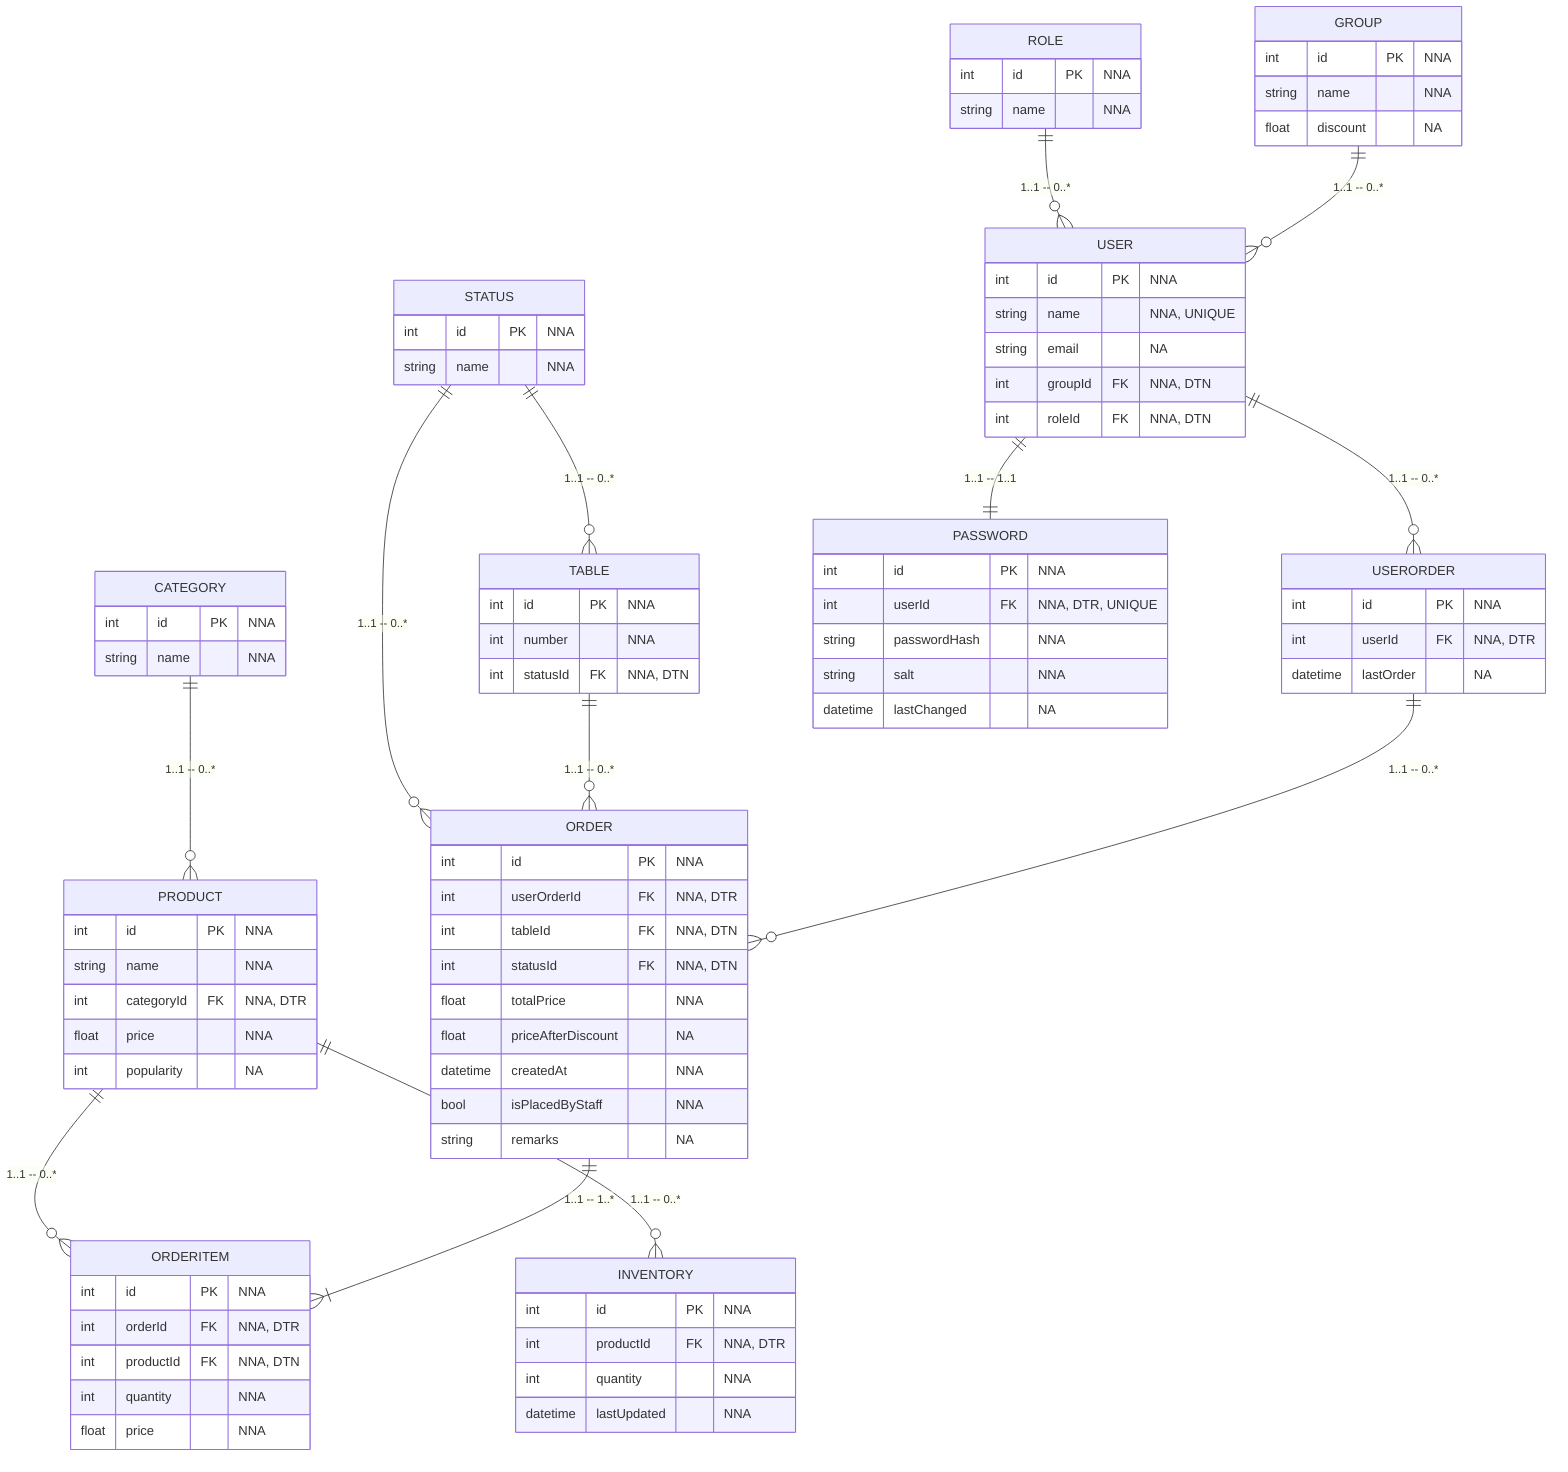
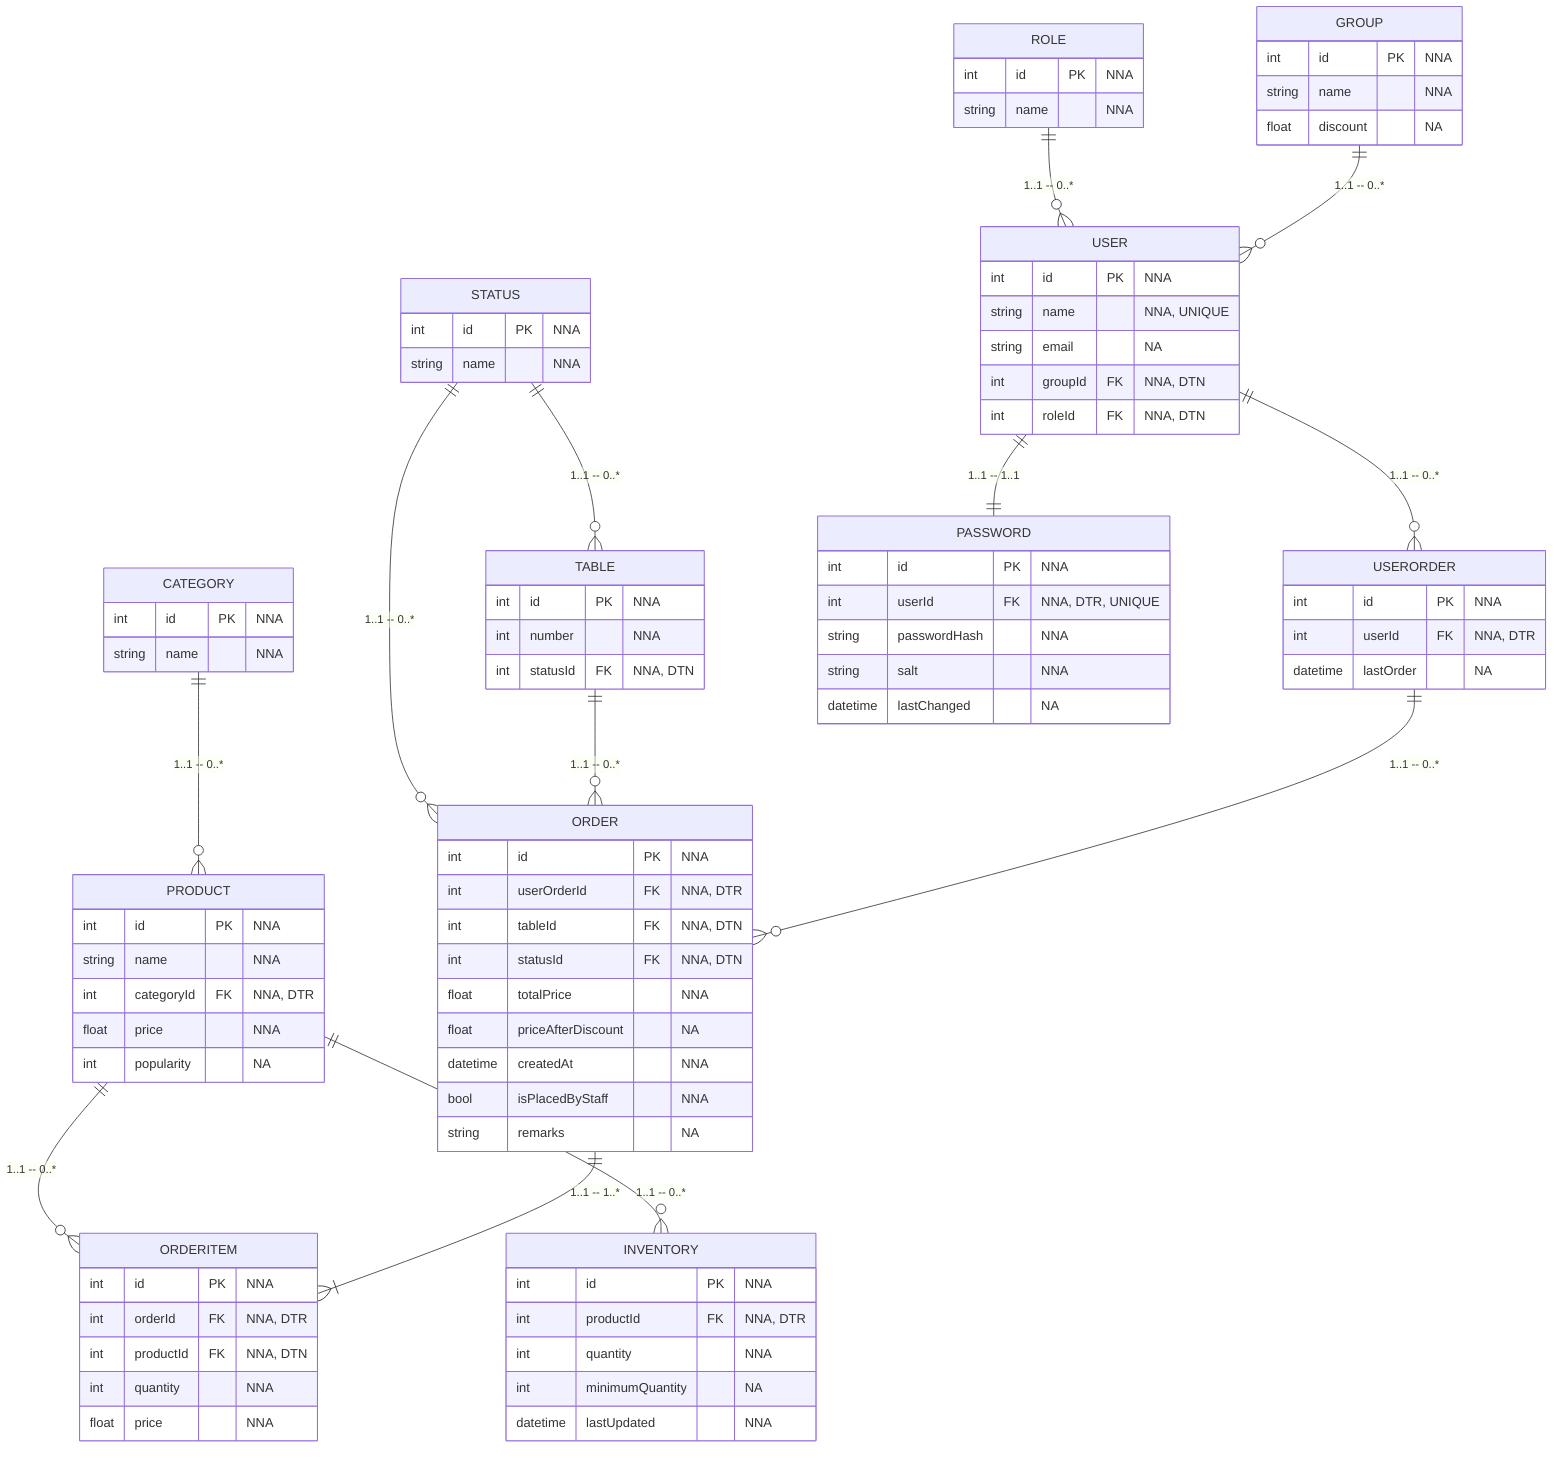
%% Note: userId in PASSWORD should be unique to enforce one-to-one relationship with USER.

erDiagram
    USER ||--o{ USERORDER : "1..1 -- 0..*"
    USERORDER ||--o{ ORDER : "1..1 -- 0..*"
    TABLE ||--o{ ORDER : "1..1 -- 0..*"
    ORDER ||--|{ ORDERITEM : "1..1 -- 1..*"
    PRODUCT ||--o{ ORDERITEM : "1..1 -- 0..*"
    GROUP ||--o{ USER : "1..1 -- 0..*"
    CATEGORY ||--o{ PRODUCT : "1..1 -- 0..*"
    PRODUCT ||--o{ INVENTORY : "1..1 -- 0..*"
    ROLE ||--o{ USER : "1..1 -- 0..*"
    STATUS ||--o{ TABLE : "1..1 -- 0..*"
    STATUS ||--o{ ORDER : "1..1 -- 0..*"
    USER ||--|| PASSWORD : "1..1 -- 1..1"

    USER {
        int id PK "NNA"
        string name "NNA, UNIQUE"
        string email "NA"
        int groupId FK "NNA, DTN"
        int roleId FK "NNA, DTN"
    }
    PASSWORD {
        int id PK "NNA"
        int userId FK "NNA, DTR, UNIQUE"
        string passwordHash "NNA"
        string salt "NNA"
        datetime lastChanged "NA"
    }
    ROLE {
        int id PK "NNA"
        string name "NNA"
    }
    USERORDER {
        int id PK "NNA"
        int userId FK "NNA, DTR"
        datetime lastOrder "NA"
    }
    GROUP {
        int id PK "NNA"
        string name "NNA"
        float discount "NA"
    }
    TABLE {
        int id PK "NNA"
        int number "NNA"
        int statusId FK "NNA, DTN"
    }
    PRODUCT {
        int id PK "NNA"
        string name "NNA"
        int categoryId FK "NNA, DTR"
        float price "NNA"
        int popularity "NA"
    }
    CATEGORY {
        int id PK "NNA"
        string name "NNA"
    }
    ORDER {
        int id PK "NNA"
        int userOrderId FK "NNA, DTR"
        int tableId FK "NNA, DTN"
        int statusId FK "NNA, DTN"
        float totalPrice "NNA"
        float priceAfterDiscount "NA"
        datetime createdAt "NNA"
        bool isPlacedByStaff "NNA"
        string remarks "NA"
    }
    STATUS {
        int id PK "NNA"
        string name "NNA"
    }
    ORDERITEM {
        int id PK "NNA"
        int orderId FK "NNA, DTR"
        int productId FK "NNA, DTN"
        int quantity "NNA"
        float price "NNA"
    }
    INVENTORY {
        int id PK "NNA"
        int productId FK "NNA, DTR"
        int quantity "NNA"
+         int minimumQuantity "NA"
        datetime lastUpdated "NNA"
    }
